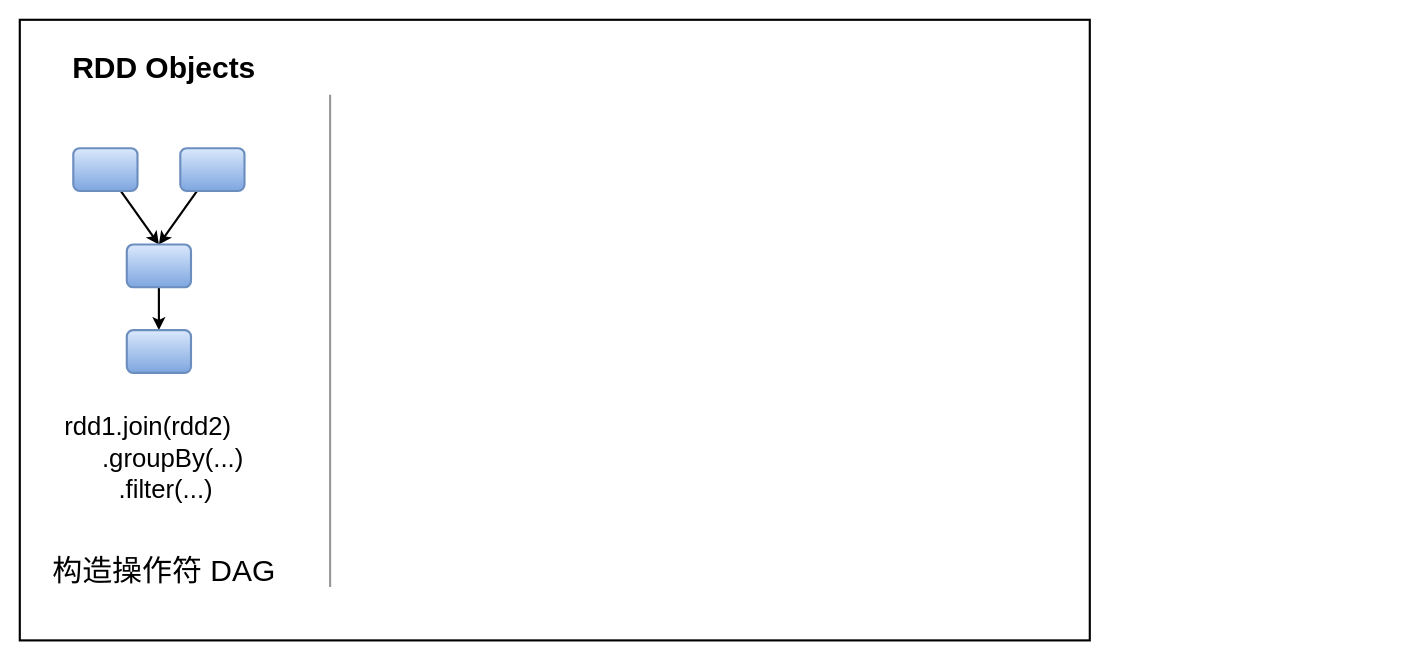
Before: spark.drawio in starzy1990/diagrams, a draw.io diagram. Source tidied: cells renumbered, new cells numbered last; positions are measured from the earlier drawing's top-left corner, leaving out a move shared by most shapes. Both pictures are drawn from the tidied source at 107%, with x=0, y=0 at pixel (19, 19).
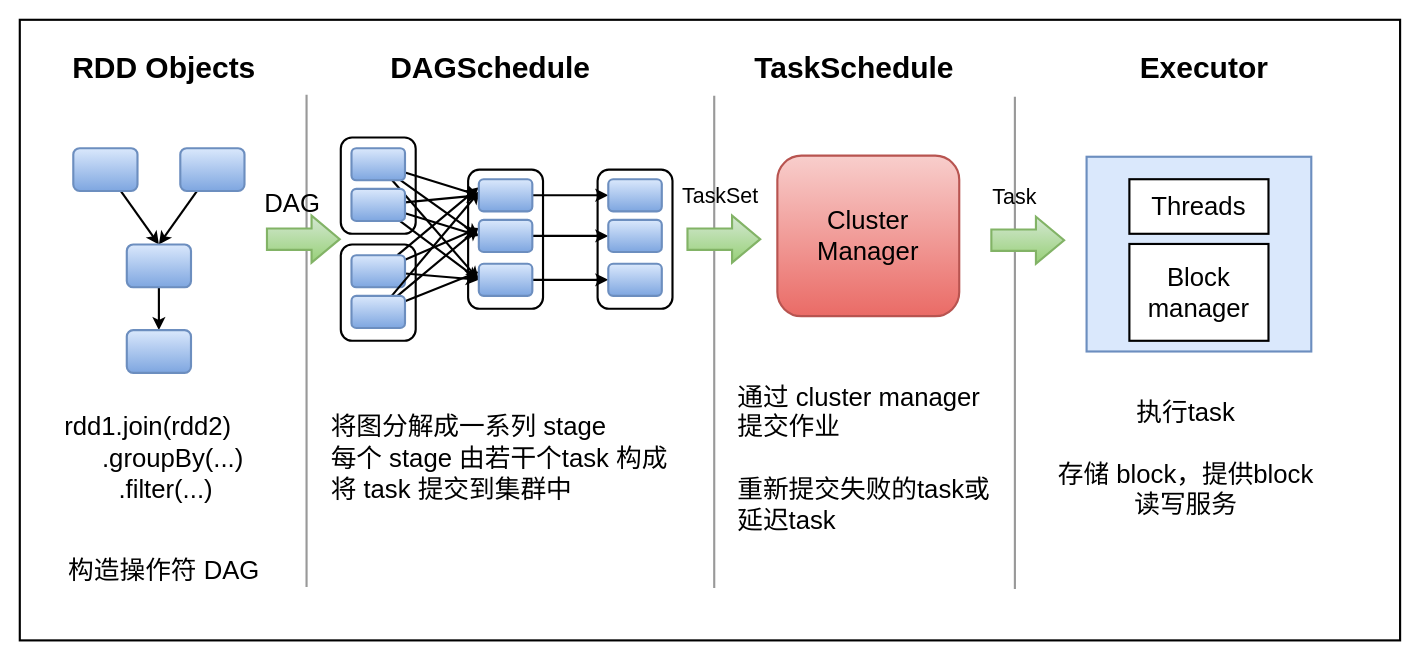
Above is the later version.

What changed in the source:
```diff
@@
     <mxCell id="2" style="rounded=0;whiteSpace=wrap;html=1;strokeWidth=2;" parent="1" vertex="1">
-      <mxGeometry width="1000" height="580" as="geometry" />
+      <mxGeometry width="1290" height="580" as="geometry" />
     </mxCell>
+    <mxCell id="14" style="rounded=1;whiteSpace=wrap;html=1;fontSize=24;strokeWidth=2;fillColor=none;" parent="1" vertex="1">
+      <mxGeometry x="300" y="110" width="70" height="90" as="geometry" />
+    </mxCell>
@@
-    <mxCell id="12" value="构造操作符 DAG" style="text;html=1;strokeColor=none;fillColor=none;align=center;verticalAlign=middle;whiteSpace=wrap;rounded=0;fontSize=28;" parent="1" vertex="1">
+    <mxCell id="12" value="构造操作符 DAG" style="text;html=1;strokeColor=none;fillColor=none;align=center;verticalAlign=middle;whiteSpace=wrap;rounded=0;fontSize=24;" parent="1" vertex="1">
       <mxGeometry x="15" y="500" width="240" height="30" as="geometry" />
     </mxCell>
     <mxCell id="13" style="endArrow=none;html=1;rounded=0;fontSize=28;strokeWidth=2;strokeColor=#999999;" parent="1" edge="1">
       <mxGeometry relative="1" as="geometry">
-        <mxPoint x="290" y="530" as="sourcePoint" />
-        <mxPoint x="290" y="70" as="targetPoint" />
+        <mxPoint x="268" y="530" as="sourcePoint" />
+        <mxPoint x="268" y="70" as="targetPoint" />
       </mxGeometry>
     </mxCell>
+    <mxCell id="15" style="edgeStyle=none;rounded=0;jettySize=auto;html=1;entryX=0;entryY=0.5;entryDx=0;entryDy=0;fontSize=24;strokeColor=#000000;strokeWidth=2;" parent="1" edge="1" source="18" target="34">
+      <mxGeometry relative="1" as="geometry" />
+    </mxCell>
+    <mxCell id="16" style="edgeStyle=none;rounded=0;jettySize=auto;html=1;entryX=0;entryY=0.5;entryDx=0;entryDy=0;fontSize=24;strokeColor=#000000;strokeWidth=2;" parent="1" edge="1" source="18" target="36">
+      <mxGeometry relative="1" as="geometry" />
+    </mxCell>
+    <mxCell id="17" style="edgeStyle=none;rounded=0;jettySize=auto;html=1;entryX=0;entryY=0.5;entryDx=0;entryDy=0;fontSize=24;strokeColor=#000000;strokeWidth=2;" parent="1" edge="1" source="18" target="38">
+      <mxGeometry relative="1" as="geometry" />
+    </mxCell>
+    <mxCell id="18" style="rounded=1;whiteSpace=wrap;html=1;fontSize=2;strokeWidth=2;fillColor=#dae8fc;gradientColor=#7ea6e0;strokeColor=#6c8ebf;" parent="1" vertex="1">
+      <mxGeometry x="310" y="120" width="50" height="30" as="geometry" />
+    </mxCell>
+    <mxCell id="19" style="edgeStyle=none;rounded=0;jettySize=auto;html=1;entryX=0;entryY=0.5;entryDx=0;entryDy=0;fontSize=24;strokeColor=#000000;strokeWidth=2;" parent="1" edge="1" source="22" target="34">
+      <mxGeometry relative="1" as="geometry" />
+    </mxCell>
+    <mxCell id="20" style="edgeStyle=none;rounded=0;jettySize=auto;html=1;entryX=0;entryY=0.5;entryDx=0;entryDy=0;fontSize=24;strokeColor=#000000;strokeWidth=2;" parent="1" edge="1" source="22" target="36">
+      <mxGeometry relative="1" as="geometry" />
+    </mxCell>
+    <mxCell id="21" style="edgeStyle=none;rounded=0;jettySize=auto;html=1;entryX=0;entryY=0.5;entryDx=0;entryDy=0;fontSize=24;strokeColor=#000000;strokeWidth=2;" parent="1" edge="1" source="22" target="38">
+      <mxGeometry relative="1" as="geometry" />
+    </mxCell>
+    <mxCell id="22" style="rounded=1;whiteSpace=wrap;html=1;fontSize=2;strokeWidth=2;fillColor=#dae8fc;gradientColor=#7ea6e0;strokeColor=#6c8ebf;" parent="1" vertex="1">
+      <mxGeometry x="310" y="158" width="50" height="30" as="geometry" />
+    </mxCell>
+    <mxCell id="23" style="rounded=1;whiteSpace=wrap;html=1;fontSize=24;strokeWidth=2;fillColor=none;" parent="1" vertex="1">
+      <mxGeometry x="300" y="210" width="70" height="90" as="geometry" />
+    </mxCell>
+    <mxCell id="24" style="edgeStyle=none;rounded=0;jettySize=auto;html=1;entryX=0;entryY=0.25;entryDx=0;entryDy=0;fontSize=24;strokeColor=#000000;strokeWidth=2;" parent="1" edge="1" source="27" target="34">
+      <mxGeometry relative="1" as="geometry" />
+    </mxCell>
+    <mxCell id="25" style="edgeStyle=none;rounded=0;jettySize=auto;html=1;entryX=0;entryY=0.25;entryDx=0;entryDy=0;fontSize=24;strokeColor=#000000;strokeWidth=2;" parent="1" edge="1" source="27" target="36">
+      <mxGeometry relative="1" as="geometry" />
+    </mxCell>
+    <mxCell id="26" style="edgeStyle=none;rounded=0;jettySize=auto;html=1;entryX=0;entryY=0.5;entryDx=0;entryDy=0;fontSize=24;strokeColor=#000000;strokeWidth=2;" parent="1" edge="1" source="27" target="38">
+      <mxGeometry relative="1" as="geometry" />
+    </mxCell>
+    <mxCell id="27" style="rounded=1;whiteSpace=wrap;html=1;fontSize=2;strokeWidth=2;fillColor=#dae8fc;gradientColor=#7ea6e0;strokeColor=#6c8ebf;" parent="1" vertex="1">
+      <mxGeometry x="310" y="220" width="50" height="30" as="geometry" />
+    </mxCell>
+    <mxCell id="28" style="edgeStyle=none;rounded=0;jettySize=auto;html=1;entryX=0.157;entryY=0.154;entryDx=0;entryDy=0;entryPerimeter=0;fontSize=24;strokeColor=#000000;strokeWidth=2;" parent="1" edge="1" source="31" target="32">
+      <mxGeometry relative="1" as="geometry" />
+    </mxCell>
+    <mxCell id="29" style="edgeStyle=none;rounded=0;jettySize=auto;html=1;entryX=0;entryY=0.25;entryDx=0;entryDy=0;fontSize=24;strokeColor=#000000;strokeWidth=2;" parent="1" edge="1" source="31" target="36">
+      <mxGeometry relative="1" as="geometry" />
+    </mxCell>
+    <mxCell id="30" style="edgeStyle=none;rounded=0;jettySize=auto;html=1;entryX=0;entryY=0.25;entryDx=0;entryDy=0;fontSize=24;strokeColor=#000000;strokeWidth=2;" parent="1" edge="1" source="31" target="38">
+      <mxGeometry relative="1" as="geometry" />
+    </mxCell>
+    <mxCell id="31" style="rounded=1;whiteSpace=wrap;html=1;fontSize=2;strokeWidth=2;fillColor=#dae8fc;gradientColor=#7ea6e0;strokeColor=#6c8ebf;" parent="1" vertex="1">
+      <mxGeometry x="310" y="258" width="50" height="30" as="geometry" />
+    </mxCell>
+    <mxCell id="32" style="rounded=1;whiteSpace=wrap;html=1;fontSize=24;strokeWidth=2;fillColor=none;" parent="1" vertex="1">
+      <mxGeometry x="419" y="140" width="70" height="130" as="geometry" />
+    </mxCell>
+    <mxCell id="33" style="edgeStyle=none;rounded=0;jettySize=auto;html=1;entryX=0;entryY=0.5;entryDx=0;entryDy=0;fontSize=24;strokeColor=#000000;strokeWidth=2;" parent="1" edge="1" source="34" target="40">
+      <mxGeometry relative="1" as="geometry" />
+    </mxCell>
+    <mxCell id="34" style="rounded=1;whiteSpace=wrap;html=1;fontSize=2;strokeWidth=2;fillColor=#dae8fc;gradientColor=#7ea6e0;strokeColor=#6c8ebf;" parent="1" vertex="1">
+      <mxGeometry x="429" y="149" width="50" height="30" as="geometry" />
+    </mxCell>
+    <mxCell id="35" style="edgeStyle=none;rounded=0;jettySize=auto;html=1;entryX=0;entryY=0.5;entryDx=0;entryDy=0;fontSize=24;strokeColor=#000000;strokeWidth=2;" parent="1" edge="1" source="36" target="41">
+      <mxGeometry relative="1" as="geometry" />
+    </mxCell>
+    <mxCell id="36" style="rounded=1;whiteSpace=wrap;html=1;fontSize=2;strokeWidth=2;fillColor=#dae8fc;gradientColor=#7ea6e0;strokeColor=#6c8ebf;" parent="1" vertex="1">
+      <mxGeometry x="429" y="187" width="50" height="30" as="geometry" />
+    </mxCell>
+    <mxCell id="37" style="edgeStyle=none;rounded=0;jettySize=auto;html=1;entryX=0;entryY=0.5;entryDx=0;entryDy=0;fontSize=24;strokeColor=#000000;strokeWidth=2;" parent="1" edge="1" source="38" target="42">
+      <mxGeometry relative="1" as="geometry" />
+    </mxCell>
+    <mxCell id="38" style="rounded=1;whiteSpace=wrap;html=1;fontSize=2;strokeWidth=2;fillColor=#dae8fc;gradientColor=#7ea6e0;strokeColor=#6c8ebf;" parent="1" vertex="1">
+      <mxGeometry x="429" y="228" width="50" height="30" as="geometry" />
+    </mxCell>
+    <mxCell id="39" style="rounded=1;whiteSpace=wrap;html=1;fontSize=24;strokeWidth=2;fillColor=none;" parent="1" vertex="1">
+      <mxGeometry x="540" y="140" width="70" height="130" as="geometry" />
+    </mxCell>
+    <mxCell id="40" style="rounded=1;whiteSpace=wrap;html=1;fontSize=2;strokeWidth=2;fillColor=#dae8fc;gradientColor=#7ea6e0;strokeColor=#6c8ebf;" parent="1" vertex="1">
+      <mxGeometry x="550" y="149" width="50" height="30" as="geometry" />
+    </mxCell>
+    <mxCell id="41" style="rounded=1;whiteSpace=wrap;html=1;fontSize=2;strokeWidth=2;fillColor=#dae8fc;gradientColor=#7ea6e0;strokeColor=#6c8ebf;" parent="1" vertex="1">
+      <mxGeometry x="550" y="187" width="50" height="30" as="geometry" />
+    </mxCell>
+    <mxCell id="42" style="rounded=1;whiteSpace=wrap;html=1;fontSize=2;strokeWidth=2;fillColor=#dae8fc;gradientColor=#7ea6e0;strokeColor=#6c8ebf;" parent="1" vertex="1">
+      <mxGeometry x="550" y="228" width="50" height="30" as="geometry" />
+    </mxCell>
+    <mxCell id="43" value="&lt;div&gt;将图分解成一系列 stage&lt;/div&gt;&lt;div&gt;每个 stage 由若干个task 构成&lt;/div&gt;&lt;div&gt;将 task 提交到集群中&lt;/div&gt;" style="text;html=1;strokeColor=none;fillColor=none;align=left;verticalAlign=middle;whiteSpace=wrap;rounded=0;fontSize=24;" parent="1" vertex="1">
+      <mxGeometry x="289" y="345" width="330" height="130" as="geometry" />
+    </mxCell>
+    <mxCell id="44" style="endArrow=none;html=1;rounded=0;fontSize=28;strokeWidth=2;strokeColor=#999999;" parent="1" edge="1">
+      <mxGeometry relative="1" as="geometry">
+        <mxPoint x="649" y="531" as="sourcePoint" />
+        <mxPoint x="649" y="71" as="targetPoint" />
+      </mxGeometry>
+    </mxCell>
+    <mxCell id="45" style="shape=flexArrow;endArrow=classic;html=1;rounded=0;fontSize=24;strokeColor=#82b366;strokeWidth=2;entryX=0;entryY=0;entryDx=0;entryDy=0;fillColor=#d5e8d4;gradientColor=#97d077;endWidth=22;endSize=8.11;width=19;" parent="1" edge="1">
+      <mxGeometry relative="1" as="geometry">
+        <mxPoint x="230" y="205" as="sourcePoint" />
+        <mxPoint x="300" y="205" as="targetPoint" />
+      </mxGeometry>
+    </mxCell>
+    <mxCell id="46" value="DAG" style="text;html=1;strokeColor=none;fillColor=none;align=center;verticalAlign=middle;whiteSpace=wrap;rounded=0;fontSize=24;" parent="1" vertex="1">
+      <mxGeometry x="225" y="157" width="60" height="30" as="geometry" />
+    </mxCell>
+    <mxCell id="47" value="Cluster&lt;br&gt;Manager" style="rounded=1;whiteSpace=wrap;html=1;fontSize=24;strokeWidth=2;fillColor=#f8cecc;gradientColor=#ea6b66;strokeColor=#b85450;" parent="1" vertex="1">
+      <mxGeometry x="708" y="127" width="170" height="150" as="geometry" />
+    </mxCell>
+    <mxCell id="48" value="DAGSchedule" style="text;html=1;strokeColor=none;fillColor=none;align=center;verticalAlign=middle;whiteSpace=wrap;rounded=0;strokeWidth=24;fontSize=28;fontStyle=1;" parent="1" vertex="1">
+      <mxGeometry x="340" y="30" width="200" height="30" as="geometry" />
+    </mxCell>
+    <mxCell id="49" style="shape=flexArrow;endArrow=classic;html=1;rounded=0;fontSize=24;strokeColor=#82b366;strokeWidth=2;entryX=0;entryY=0;entryDx=0;entryDy=0;fillColor=#d5e8d4;gradientColor=#97d077;endWidth=22;endSize=8.11;width=19;" parent="1" edge="1">
+      <mxGeometry relative="1" as="geometry">
+        <mxPoint x="623" y="205" as="sourcePoint" />
+        <mxPoint x="693" y="205" as="targetPoint" />
+      </mxGeometry>
+    </mxCell>
+    <mxCell id="50" value="TaskSchedule" style="text;html=1;strokeColor=none;fillColor=none;align=center;verticalAlign=middle;whiteSpace=wrap;rounded=0;strokeWidth=24;fontSize=28;fontStyle=1;" parent="1" vertex="1">
+      <mxGeometry x="680" y="30" width="200" height="30" as="geometry" />
+    </mxCell>
+    <mxCell id="51" value="&lt;div&gt;通过 cluster manager 提交作业&lt;/div&gt;&lt;div&gt;&lt;br&gt;&lt;/div&gt;&lt;div&gt;重新提交失败的task或延迟task&lt;/div&gt;" style="text;html=1;strokeColor=none;fillColor=none;align=left;verticalAlign=middle;whiteSpace=wrap;rounded=0;fontSize=24;" parent="1" vertex="1">
+      <mxGeometry x="668.5" y="345" width="249" height="130" as="geometry" />
+    </mxCell>
+    <mxCell id="52" style="endArrow=none;html=1;rounded=0;fontSize=28;strokeWidth=2;strokeColor=#999999;" parent="1" edge="1">
+      <mxGeometry relative="1" as="geometry">
+        <mxPoint x="930" y="532" as="sourcePoint" />
+        <mxPoint x="930" y="72" as="targetPoint" />
+      </mxGeometry>
+    </mxCell>
+    <mxCell id="53" style="shape=flexArrow;endArrow=classic;html=1;rounded=0;fontSize=24;strokeColor=#82b366;strokeWidth=2;entryX=0;entryY=0;entryDx=0;entryDy=0;fillColor=#d5e8d4;gradientColor=#97d077;endWidth=22;endSize=8.11;width=19;" parent="1" edge="1">
+      <mxGeometry relative="1" as="geometry">
+        <mxPoint x="907" y="206" as="sourcePoint" />
+        <mxPoint x="977" y="206" as="targetPoint" />
+      </mxGeometry>
+    </mxCell>
+    <mxCell id="54" style="rounded=0;whiteSpace=wrap;html=1;fontSize=24;strokeWidth=2;fillColor=#dae8fc;strokeColor=#6c8ebf;" parent="1" vertex="1">
+      <mxGeometry x="997" y="128" width="210" height="182" as="geometry" />
+    </mxCell>
+    <mxCell id="55" value="Threads" style="rounded=0;whiteSpace=wrap;html=1;fontSize=24;strokeWidth=2;" parent="1" vertex="1">
+      <mxGeometry x="1037" y="149" width="130" height="51" as="geometry" />
+    </mxCell>
+    <mxCell id="56" value="Block&lt;br&gt;manager" style="rounded=0;whiteSpace=wrap;html=1;fontSize=24;strokeWidth=2;" parent="1" vertex="1">
+      <mxGeometry x="1037" y="209.5" width="130" height="90.5" as="geometry" />
+    </mxCell>
+    <mxCell id="57" value="&lt;div&gt;执行task&lt;/div&gt;&lt;div&gt;&lt;br&gt;&lt;/div&gt;&lt;div&gt;存储 block，提供block读写服务&lt;/div&gt;" style="text;html=1;strokeColor=none;fillColor=none;align=center;verticalAlign=middle;whiteSpace=wrap;rounded=0;fontSize=24;" parent="1" vertex="1">
+      <mxGeometry x="960" y="395" width="260" height="30" as="geometry" />
+    </mxCell>
+    <mxCell id="58" value="TaskSet" style="text;html=1;strokeColor=none;fillColor=none;align=center;verticalAlign=middle;whiteSpace=wrap;rounded=0;fontSize=20;" parent="1" vertex="1">
+      <mxGeometry x="625" y="149" width="60" height="30" as="geometry" />
+    </mxCell>
+    <mxCell id="59" value="Task" style="text;html=1;strokeColor=none;fillColor=none;align=center;verticalAlign=middle;whiteSpace=wrap;rounded=0;fontSize=20;" parent="1" vertex="1">
+      <mxGeometry x="900" y="150" width="60" height="30" as="geometry" />
+    </mxCell>
+    <mxCell id="60" value="Executor" style="text;html=1;strokeColor=none;fillColor=none;align=center;verticalAlign=middle;whiteSpace=wrap;rounded=0;strokeWidth=24;fontSize=28;fontStyle=1;" parent="1" vertex="1">
+      <mxGeometry x="1007" y="30" width="200" height="30" as="geometry" />
+    </mxCell>
```
